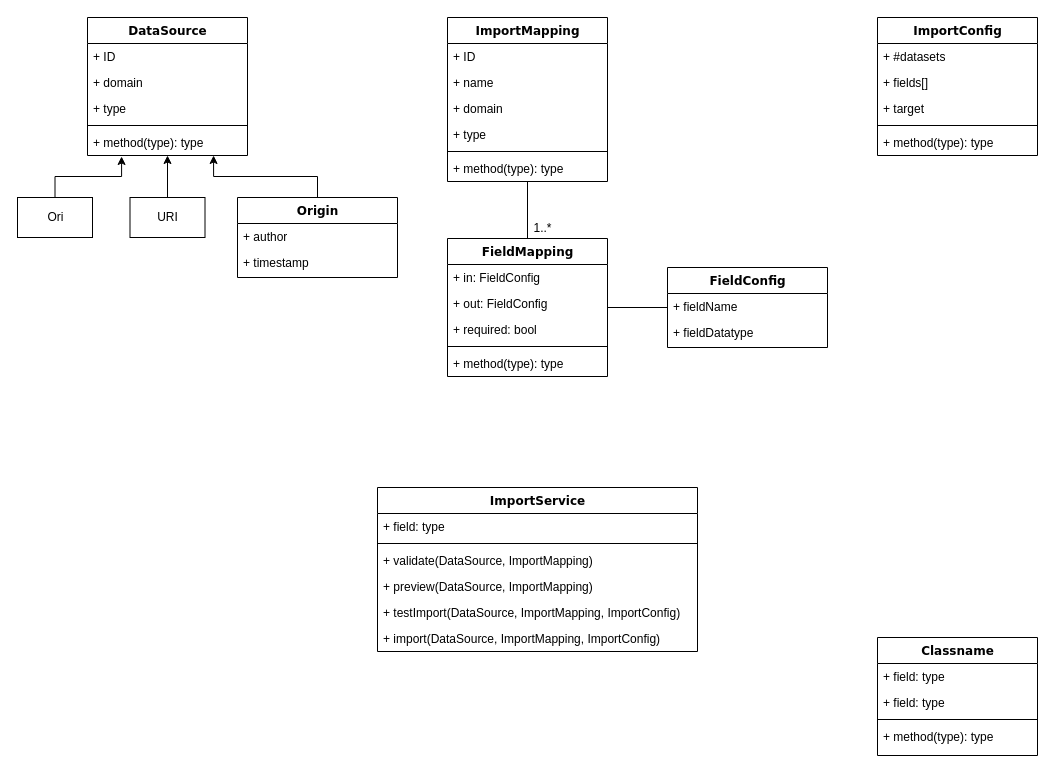
This is Import.drawio from Lycidas0815/try_git, a draw.io file, before an edit. Source tidied: cells renumbered, new cells numbered last; positions are measured from the earlier drawing's top-left corner, leaving out a move shared by most shapes. Both pictures are drawn from the tidied source at 100%, with x=0, y=0 at pixel (17, 17).
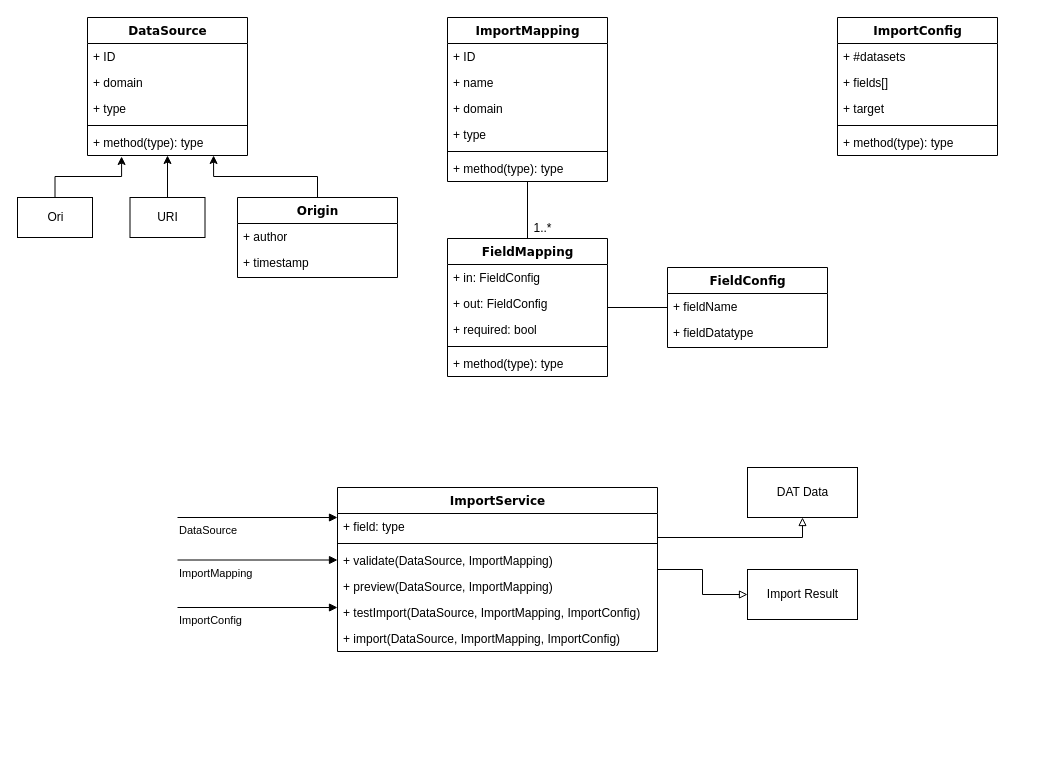
The same page after the edit.

The change refers to these unchanged cells:
```xml
<mxCell id="50" style="line;html=1;strokeWidth=1;fillColor=none;align=left;verticalAlign=middle;spacingTop=-1;spacingLeft=3;spacingRight=3;labelPosition=right;points=[];portConstraint=eastwest;" parent="48" vertex="1">
  <mxGeometry y="52" width="320" height="8" as="geometry" />
</mxCell>
```

Diff of the diagram source:
```diff
@@
-    <mxCell id="2" value="Classname" style="swimlane;html=1;fontStyle=1;align=center;verticalAlign=top;horizontal=1;startSize=26;swimlaneFillColor=#ffffff;rounded=0;shadow=0;comic=0;labelBackgroundColor=none;strokeWidth=1;fillColor=none;fontFamily=Verdana;fontSize=12;" parent="1" vertex="1">
-      <mxGeometry x="860" y="620" width="160" height="118" as="geometry" />
-    </mxCell>
-    <mxCell id="3" value="+ field: type" style="text;html=1;strokeColor=none;fillColor=none;align=left;verticalAlign=top;spacingLeft=4;spacingRight=4;whiteSpace=wrap;overflow=hidden;" parent="2" vertex="1">
-      <mxGeometry y="26" width="160" height="26" as="geometry" />
-    </mxCell>
-    <mxCell id="4" value="+ field: type" style="text;html=1;strokeColor=none;fillColor=none;align=left;verticalAlign=top;spacingLeft=4;spacingRight=4;whiteSpace=wrap;overflow=hidden;" parent="2" vertex="1">
-      <mxGeometry y="52" width="160" height="26" as="geometry" />
-    </mxCell>
-    <mxCell id="5" style="line;html=1;strokeWidth=1;fillColor=none;align=left;verticalAlign=middle;spacingTop=-1;spacingLeft=3;spacingRight=3;labelPosition=right;" parent="2" vertex="1">
-      <mxGeometry y="78" width="160" height="8" as="geometry" />
-    </mxCell>
-    <mxCell id="6" value="+ method(type): type" style="text;html=1;strokeColor=none;fillColor=none;align=left;verticalAlign=top;spacingLeft=4;spacingRight=4;whiteSpace=wrap;overflow=hidden;" parent="2" vertex="1">
-      <mxGeometry y="86" width="160" height="26" as="geometry" />
-    </mxCell>
     <mxCell id="7" value="ImportConfig" style="swimlane;html=1;fontStyle=1;align=center;verticalAlign=top;horizontal=1;startSize=26;swimlaneFillColor=#ffffff;rounded=0;shadow=0;comic=0;labelBackgroundColor=none;strokeWidth=1;fillColor=none;fontFamily=Verdana;fontSize=12;" parent="1" vertex="1">
-      <mxGeometry x="860" width="160" height="138" as="geometry" />
+      <mxGeometry x="820" width="160" height="138" as="geometry" />
     </mxCell>
@@
     <mxCell id="48" value="ImportService" style="swimlane;html=1;fontStyle=1;align=center;verticalAlign=top;horizontal=1;startSize=26;swimlaneFillColor=#ffffff;rounded=0;shadow=0;comic=0;labelBackgroundColor=none;strokeWidth=1;fillColor=none;fontFamily=Verdana;fontSize=12;" parent="1" vertex="1">
-      <mxGeometry x="360" y="470" width="320" height="164" as="geometry" />
+      <mxGeometry x="320" y="470" width="320" height="164" as="geometry" />
     </mxCell>
@@
+    <mxCell id="55" value="DataSource" style="endArrow=block;endFill=1;html=1;edgeStyle=orthogonalEdgeStyle;align=left;verticalAlign=top;" parent="1" edge="1">
+      <mxGeometry x="-1" relative="1" as="geometry">
+        <mxPoint x="160" y="500" as="sourcePoint" />
+        <mxPoint x="320" y="500" as="targetPoint" />
+      </mxGeometry>
+    </mxCell>
+    <mxCell id="56" value="ImportMapping" style="endArrow=block;endFill=1;html=1;edgeStyle=orthogonalEdgeStyle;align=left;verticalAlign=top;" parent="1" edge="1">
+      <mxGeometry x="-1" relative="1" as="geometry">
+        <mxPoint x="160" y="542.5" as="sourcePoint" />
+        <mxPoint x="320" y="542.5" as="targetPoint" />
+      </mxGeometry>
+    </mxCell>
+    <mxCell id="57" value="ImportConfig" style="endArrow=block;endFill=1;html=1;edgeStyle=orthogonalEdgeStyle;align=left;verticalAlign=top;" parent="1" edge="1">
+      <mxGeometry x="-1" relative="1" as="geometry">
+        <mxPoint x="160" y="590" as="sourcePoint" />
+        <mxPoint x="320" y="590" as="targetPoint" />
+      </mxGeometry>
+    </mxCell>
+    <mxCell id="58" style="edgeStyle=orthogonalEdgeStyle;rounded=0;jettySize=auto;html=1;endArrow=none;endFill=0;entryX=1;entryY=-0.25;entryDx=0;entryDy=0;entryPerimeter=0;startArrow=block;startFill=0;comic=0;strokeWidth=1;" parent="1" edge="1" source="59" target="50">
+      <mxGeometry relative="1" as="geometry" />
+    </mxCell>
+    <mxCell id="59" value="DAT Data" style="html=1;" parent="1" vertex="1">
+      <mxGeometry x="730" y="450" width="110" height="50" as="geometry" />
+    </mxCell>
+    <mxCell id="60" style="edgeStyle=orthogonalEdgeStyle;rounded=0;jettySize=auto;html=1;endArrow=none;endFill=0;startArrow=block;startFill=0;" parent="1" edge="1" source="61" target="48">
+      <mxGeometry relative="1" as="geometry" />
+    </mxCell>
+    <mxCell id="61" value="Import Result" style="html=1;" parent="1" vertex="1">
+      <mxGeometry x="730" y="552" width="110" height="50" as="geometry" />
+    </mxCell>
```
